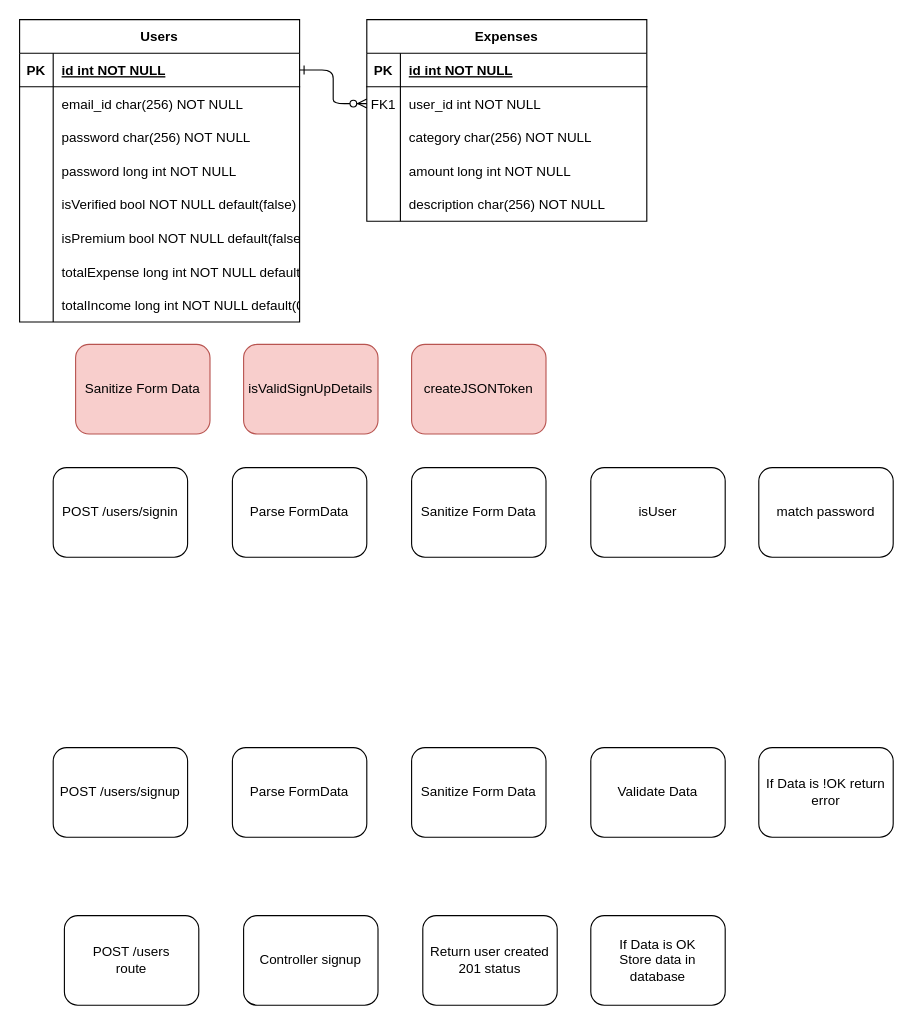
The draw.io diagram expenzy-erd.drawio in hmunish/expenzy, before the edit. Source tidied: cells renumbered, new cells numbered last; positions are measured from the earlier drawing's top-left corner, leaving out a move shared by most shapes. Both pictures are drawn from the tidied source at 112%, with x=0, y=0 at pixel (19, 19).
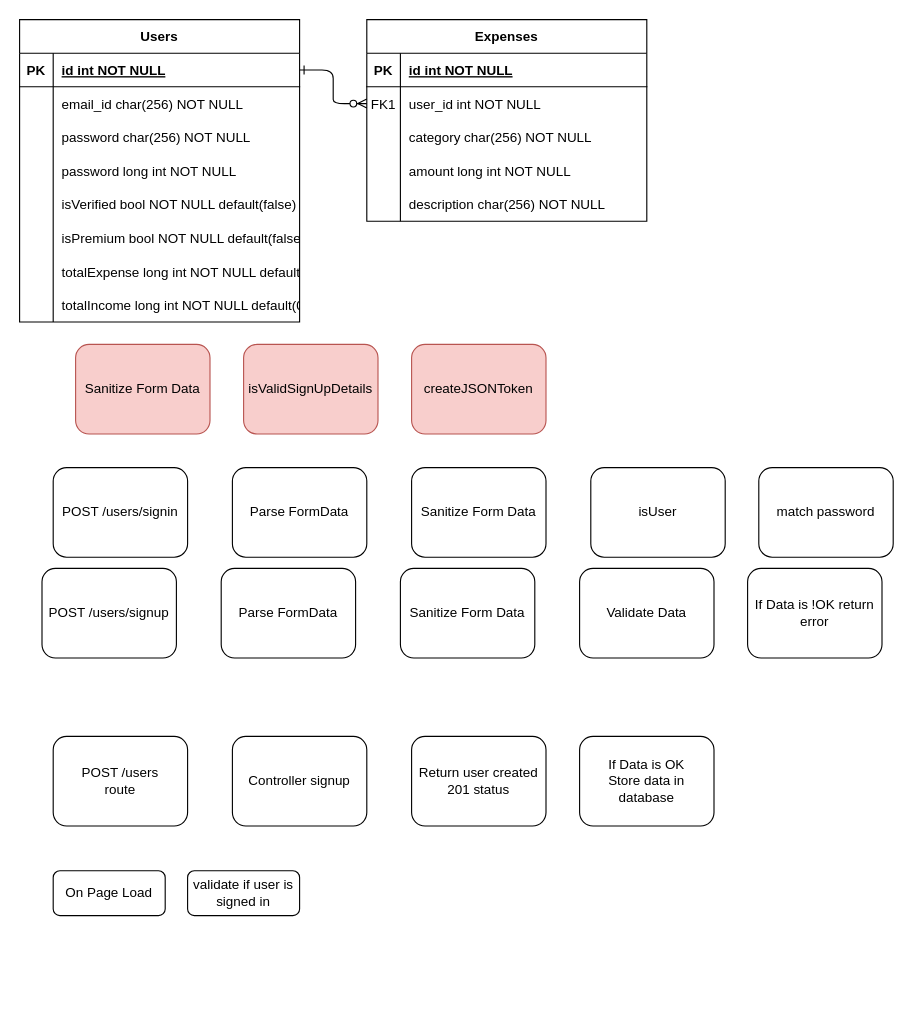
The same diagram, later.

Commit message (it also covers changes not shown here):
Add user authentication & expenses API endpoint

Change to the diagram source:
```diff
@@
     <mxCell id="44" value="POST /users/signup" style="rounded=1;whiteSpace=wrap;html=1;" parent="1" vertex="1">
-      <mxGeometry x="30" y="650" width="120" height="80" as="geometry" />
+      <mxGeometry x="20" y="490" width="120" height="80" as="geometry" />
     </mxCell>
     <mxCell id="45" value="Parse FormData" style="rounded=1;whiteSpace=wrap;html=1;" parent="1" vertex="1">
-      <mxGeometry x="190" y="650" width="120" height="80" as="geometry" />
+      <mxGeometry x="180" y="490" width="120" height="80" as="geometry" />
     </mxCell>
     <mxCell id="46" value="Sanitize Form Data" style="rounded=1;whiteSpace=wrap;html=1;" parent="1" vertex="1">
-      <mxGeometry x="350" y="650" width="120" height="80" as="geometry" />
+      <mxGeometry x="340" y="490" width="120" height="80" as="geometry" />
     </mxCell>
     <mxCell id="47" value="Validate Data" style="rounded=1;whiteSpace=wrap;html=1;" parent="1" vertex="1">
-      <mxGeometry x="510" y="650" width="120" height="80" as="geometry" />
+      <mxGeometry x="500" y="490" width="120" height="80" as="geometry" />
     </mxCell>
     <mxCell id="48" value="If Data is OK&lt;br&gt;Store data in database" style="rounded=1;whiteSpace=wrap;html=1;" parent="1" vertex="1">
-      <mxGeometry x="510" y="800" width="120" height="80" as="geometry" />
+      <mxGeometry x="500" y="640" width="120" height="80" as="geometry" />
     </mxCell>
     <mxCell id="49" value="If Data is !OK return error" style="rounded=1;whiteSpace=wrap;html=1;" parent="1" vertex="1">
-      <mxGeometry x="660" y="650" width="120" height="80" as="geometry" />
+      <mxGeometry x="650" y="490" width="120" height="80" as="geometry" />
     </mxCell>
     <mxCell id="50" value="Return user created 201 status" style="rounded=1;whiteSpace=wrap;html=1;" parent="1" vertex="1">
-      <mxGeometry x="360" y="800" width="120" height="80" as="geometry" />
+      <mxGeometry x="350" y="640" width="120" height="80" as="geometry" />
     </mxCell>
     <mxCell id="51" value="POST /users&lt;br&gt;route" style="rounded=1;whiteSpace=wrap;html=1;" parent="1" vertex="1">
-      <mxGeometry x="40" y="800" width="120" height="80" as="geometry" />
+      <mxGeometry x="30" y="640" width="120" height="80" as="geometry" />
     </mxCell>
     <mxCell id="52" value="Controller signup" style="rounded=1;whiteSpace=wrap;html=1;" parent="1" vertex="1">
-      <mxGeometry x="200" y="800" width="120" height="80" as="geometry" />
+      <mxGeometry x="190" y="640" width="120" height="80" as="geometry" />
     </mxCell>
@@
+    <mxCell id="62" value="On Page Load" style="rounded=1;whiteSpace=wrap;html=1;" parent="1" vertex="1">
+      <mxGeometry x="30" y="760" width="100" height="40" as="geometry" />
+    </mxCell>
+    <mxCell id="63" value="validate if user is signed in" style="rounded=1;whiteSpace=wrap;html=1;" parent="1" vertex="1">
+      <mxGeometry x="150" y="760" width="100" height="40" as="geometry" />
+    </mxCell>
```
